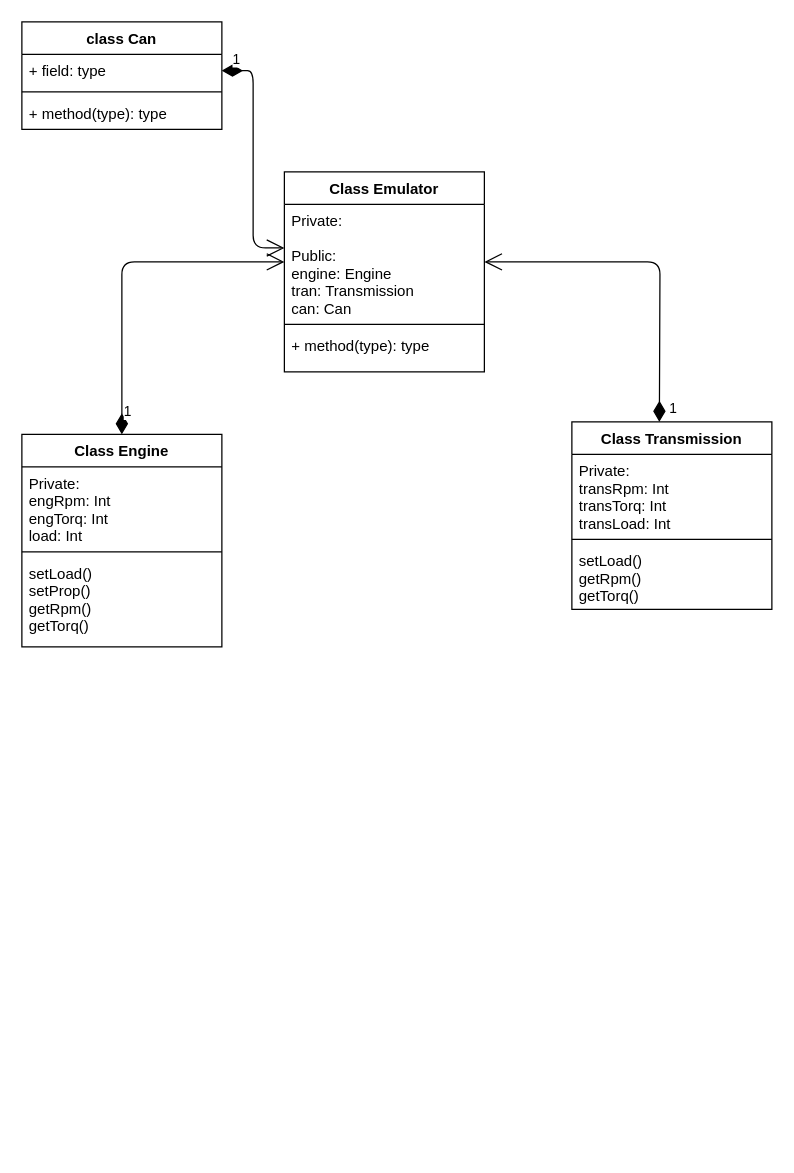
Above: Requirements/EmulatorClassDiagram.drawio in yongsenliu/Ramone (draw.io), before the change. Source tidied: cells renumbered, new cells numbered last; positions are measured from the earlier drawing's top-left corner, leaving out a move shared by most shapes. Both pictures are drawn from the tidied source at 125%, with x=0, y=0 at pixel (21, 21).
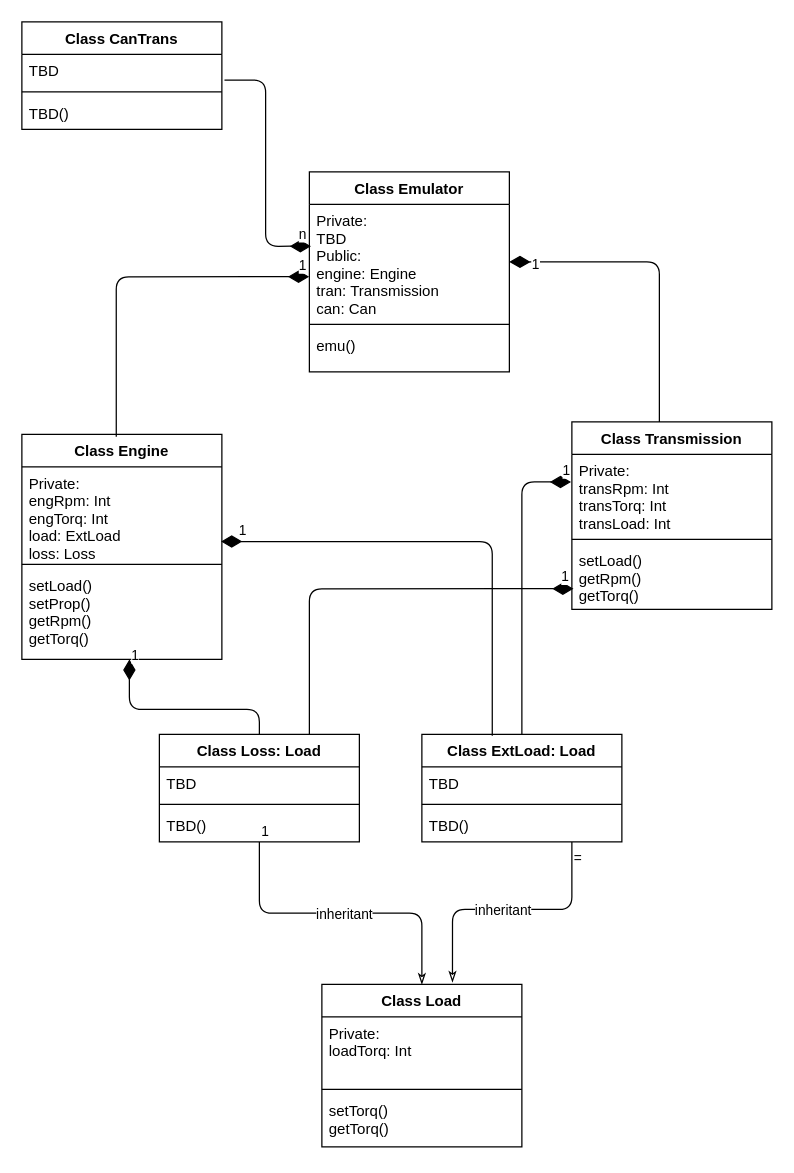
The same page after the edit.

Commit message:
added load class & some minor changes.

Unchanged cells that the change refers to:
```xml
<mxCell id="11" value="Private:&#10;transRpm: Int&#10;transTorq: Int&#10;transLoad: Int" style="text;strokeColor=none;fillColor=none;align=left;verticalAlign=top;spacingLeft=4;spacingRight=4;overflow=hidden;points=[[0,0.5],[1,0.5]];portConstraint=eastwest;" parent="10" vertex="1">
  <mxGeometry y="26" width="160" height="64" as="geometry" />
</mxCell>
<mxCell id="13" value="setLoad()&#10;getRpm()&#10;getTorq()" style="text;strokeColor=none;fillColor=none;align=left;verticalAlign=top;spacingLeft=4;spacingRight=4;overflow=hidden;points=[[0,0.5],[1,0.5]];portConstraint=eastwest;" parent="10" vertex="1">
  <mxGeometry y="98" width="160" height="52" as="geometry" />
</mxCell>
```

Change to the diagram source:
```diff
@@
     <mxCell id="2" value="Class Emulator" style="swimlane;fontStyle=1;align=center;verticalAlign=top;horizontal=1;startSize=26;" parent="1" vertex="1">
-      <mxGeometry x="210" y="120" width="160" height="160" as="geometry" />
+      <mxGeometry x="230" y="120" width="160" height="160" as="geometry" />
     </mxCell>
-    <mxCell id="3" value="Private:&#10;&#10;Public:&#10;engine: Engine&#10;tran: Transmission&#10;can: Can" style="text;strokeColor=none;fillColor=none;align=left;verticalAlign=top;spacingLeft=4;spacingRight=4;overflow=hidden;points=[[0,0.5],[1,0.5]];portConstraint=eastwest;" parent="2" vertex="1">
+    <mxCell id="3" value="Private:&#10;TBD&#10;Public:&#10;engine: Engine&#10;tran: Transmission&#10;can: Can" style="text;strokeColor=none;fillColor=none;align=left;verticalAlign=top;spacingLeft=4;spacingRight=4;overflow=hidden;points=[[0,0.5],[1,0.5]];portConstraint=eastwest;" parent="2" vertex="1">
       <mxGeometry y="26" width="160" height="92" as="geometry" />
     </mxCell>
@@
-    <mxCell id="5" value="+ method(type): type" style="text;strokeColor=none;fillColor=none;align=left;verticalAlign=top;spacingLeft=4;spacingRight=4;overflow=hidden;" parent="2" vertex="1">
+    <mxCell id="5" value="emu()" style="text;strokeColor=none;fillColor=none;align=left;verticalAlign=top;spacingLeft=4;spacingRight=4;overflow=hidden;" parent="2" vertex="1">
       <mxGeometry y="126" width="160" height="34" as="geometry" />
     </mxCell>
     <mxCell id="6" value="Class Engine&#10;" style="swimlane;fontStyle=1;align=center;verticalAlign=top;horizontal=1;startSize=26;" parent="1" vertex="1">
-      <mxGeometry y="330" width="160" height="170" as="geometry" />
+      <mxGeometry y="330" width="160" height="180" as="geometry" />
     </mxCell>
-    <mxCell id="7" value="Private:&#10;engRpm: Int&#10;engTorq: Int&#10;load: Int" style="text;strokeColor=none;fillColor=none;align=left;verticalAlign=top;spacingLeft=4;spacingRight=4;overflow=hidden;points=[[0,0.5],[1,0.5]];portConstraint=eastwest;" parent="6" vertex="1">
-      <mxGeometry y="26" width="160" height="64" as="geometry" />
+    <mxCell id="7" value="Private:&#10;engRpm: Int&#10;engTorq: Int&#10;load: ExtLoad&#10;loss: Loss" style="text;strokeColor=none;fillColor=none;align=left;verticalAlign=top;spacingLeft=4;spacingRight=4;overflow=hidden;points=[[0,0.5],[1,0.5]];portConstraint=eastwest;" parent="6" vertex="1">
+      <mxGeometry y="26" width="160" height="74" as="geometry" />
     </mxCell>
     <mxCell id="8" style="line;strokeWidth=1;fillColor=none;align=left;verticalAlign=middle;spacingTop=-1;spacingLeft=3;spacingRight=3;labelPosition=right;" parent="6" vertex="1">
-      <mxGeometry y="90" width="160" height="8" as="geometry" />
+      <mxGeometry y="100" width="160" height="8" as="geometry" />
     </mxCell>
     <mxCell id="9" value="setLoad()&#10;setProp()&#10;getRpm()&#10;getTorq()&#10;" style="text;strokeColor=none;fillColor=none;align=left;verticalAlign=top;spacingLeft=4;spacingRight=4;overflow=hidden;points=[[0,0.5],[1,0.5]];portConstraint=eastwest;" parent="6" vertex="1">
-      <mxGeometry y="98" width="160" height="72" as="geometry" />
+      <mxGeometry y="108" width="160" height="72" as="geometry" />
     </mxCell>
@@
-    <mxCell id="14" value="1" style="endArrow=open;html=1;endSize=12;startArrow=diamondThin;startSize=14;startFill=1;edgeStyle=orthogonalEdgeStyle;align=left;verticalAlign=bottom;exitX=0.5;exitY=0;exitDx=0;exitDy=0;entryX=0;entryY=0.5;entryDx=0;entryDy=0;" parent="1" edge="1" source="6" target="3">
-      <mxGeometry x="-0.93" relative="1" as="geometry" />
-    </mxCell>
-    <mxCell id="15" style="endArrow=open;html=1;endSize=12;startArrow=diamondThin;startSize=14;startFill=1;edgeStyle=orthogonalEdgeStyle;align=left;verticalAlign=bottom;exitX=0.5;exitY=0;exitDx=0;exitDy=0;" parent="1" edge="1" target="3">
-      <mxGeometry x="-1" y="3" relative="1" as="geometry">
-        <mxPoint x="510" y="320" as="sourcePoint" />
-      </mxGeometry>
-    </mxCell>
-    <mxCell id="16" value="1" style="edgeLabel;html=1;align=center;verticalAlign=middle;" parent="15" vertex="1">
-      <mxGeometry x="-0.91" y="-1" relative="1" as="geometry">
-        <mxPoint x="9" as="offset" />
-      </mxGeometry>
-    </mxCell>
-    <mxCell id="17" value="class Can" style="swimlane;fontStyle=1;align=center;verticalAlign=top;horizontal=1;startSize=26;" parent="1" vertex="1">
+    <mxCell id="17" value="Class CanTrans" style="swimlane;fontStyle=1;align=center;verticalAlign=top;horizontal=1;startSize=26;" parent="1" vertex="1">
       <mxGeometry width="160" height="86" as="geometry" />
     </mxCell>
-    <mxCell id="18" value="+ field: type" style="text;strokeColor=none;fillColor=none;align=left;verticalAlign=top;spacingLeft=4;spacingRight=4;overflow=hidden;points=[[0,0.5],[1,0.5]];portConstraint=eastwest;" parent="17" vertex="1">
+    <mxCell id="18" value="TBD" style="text;strokeColor=none;fillColor=none;align=left;verticalAlign=top;spacingLeft=4;spacingRight=4;overflow=hidden;points=[[0,0.5],[1,0.5]];portConstraint=eastwest;" parent="17" vertex="1">
       <mxGeometry y="26" width="160" height="26" as="geometry" />
     </mxCell>
@@
-    <mxCell id="20" value="+ method(type): type" style="text;strokeColor=none;fillColor=none;align=left;verticalAlign=top;spacingLeft=4;spacingRight=4;overflow=hidden;" parent="17" vertex="1">
+    <mxCell id="20" value="TBD()" style="text;strokeColor=none;fillColor=none;align=left;verticalAlign=top;spacingLeft=4;spacingRight=4;overflow=hidden;" parent="17" vertex="1">
       <mxGeometry y="60" width="160" height="26" as="geometry" />
     </mxCell>
+    <mxCell id="14" value="1" style="endArrow=none;html=1;endSize=12;startArrow=diamondThin;startSize=14;startFill=1;edgeStyle=orthogonalEdgeStyle;align=left;verticalAlign=bottom;exitX=-0.001;exitY=0.629;exitDx=0;exitDy=0;entryX=0.472;entryY=0.011;entryDx=0;entryDy=0;exitPerimeter=0;entryPerimeter=0;endFill=0;" parent="1" edge="1" source="3" target="6">
+      <mxGeometry x="-0.93" relative="1" as="geometry" />
+    </mxCell>
-    <mxCell id="21" value="1" style="endArrow=open;html=1;endSize=12;startArrow=diamondThin;startSize=14;startFill=1;edgeStyle=orthogonalEdgeStyle;align=left;verticalAlign=bottom;exitX=1;exitY=0.5;exitDx=0;exitDy=0;entryX=0;entryY=0.379;entryDx=0;entryDy=0;entryPerimeter=0;" parent="1" edge="1" source="18" target="3">
-      <mxGeometry x="-0.93" relative="1" as="geometry" />
+    <mxCell id="21" value="n" style="endArrow=none;html=1;endSize=12;startArrow=diamondThin;startSize=14;startFill=1;edgeStyle=orthogonalEdgeStyle;align=left;verticalAlign=bottom;exitX=0.008;exitY=0.364;exitDx=0;exitDy=0;entryX=1.013;entryY=0.79;entryDx=0;entryDy=0;entryPerimeter=0;exitPerimeter=0;endFill=0;" parent="1" edge="1" source="3" target="18">
+      <mxGeometry x="-0.89" relative="1" as="geometry" />
     </mxCell>
+    <mxCell id="15" style="endArrow=none;html=1;endSize=12;startArrow=diamondThin;startSize=14;startFill=1;edgeStyle=orthogonalEdgeStyle;align=left;verticalAlign=bottom;exitX=1;exitY=0.5;exitDx=0;exitDy=0;endFill=0;" parent="1" edge="1" source="3">
+      <mxGeometry x="-1" y="3" relative="1" as="geometry">
+        <mxPoint x="510" y="320" as="targetPoint" />
+        <Array as="points">
+          <mxPoint x="510" y="192" />
+          <mxPoint x="510" y="320" />
+        </Array>
+      </mxGeometry>
+    </mxCell>
+    <mxCell id="16" value="1" style="edgeLabel;html=1;align=center;verticalAlign=middle;" parent="15" vertex="1">
+      <mxGeometry x="-0.91" y="-1" relative="1" as="geometry">
+        <mxPoint x="9" as="offset" />
+      </mxGeometry>
+    </mxCell>
+    <mxCell id="22" value="Class Load" style="swimlane;fontStyle=1;align=center;verticalAlign=top;horizontal=1;startSize=26;" parent="1" vertex="1">
+      <mxGeometry x="240" y="770" width="160" height="130" as="geometry" />
+    </mxCell>
+    <mxCell id="23" value="Private:&#10;loadTorq: Int" style="text;strokeColor=none;fillColor=none;align=left;verticalAlign=top;spacingLeft=4;spacingRight=4;overflow=hidden;" parent="22" vertex="1">
+      <mxGeometry y="26" width="160" height="54" as="geometry" />
+    </mxCell>
+    <mxCell id="24" style="line;strokeWidth=1;fillColor=none;align=left;verticalAlign=middle;spacingTop=-1;spacingLeft=3;spacingRight=3;labelPosition=right;" parent="22" vertex="1">
+      <mxGeometry y="80" width="160" height="8" as="geometry" />
+    </mxCell>
+    <mxCell id="25" value="setTorq()&#10;getTorq()" style="text;strokeColor=none;fillColor=none;align=left;verticalAlign=top;spacingLeft=4;spacingRight=4;overflow=hidden;" parent="22" vertex="1">
+      <mxGeometry y="88" width="160" height="42" as="geometry" />
+    </mxCell>
+    <mxCell id="26" value="Class Loss: Load" style="swimlane;fontStyle=1;align=center;verticalAlign=top;horizontal=1;startSize=26;" parent="1" vertex="1">
+      <mxGeometry x="110" y="570" width="160" height="86" as="geometry" />
+    </mxCell>
+    <mxCell id="27" value="TBD" style="text;strokeColor=none;fillColor=none;align=left;verticalAlign=top;spacingLeft=4;spacingRight=4;overflow=hidden;" parent="26" vertex="1">
+      <mxGeometry y="26" width="160" height="26" as="geometry" />
+    </mxCell>
+    <mxCell id="28" style="line;strokeWidth=1;fillColor=none;align=left;verticalAlign=middle;spacingTop=-1;spacingLeft=3;spacingRight=3;labelPosition=right;" parent="26" vertex="1">
+      <mxGeometry y="52" width="160" height="8" as="geometry" />
+    </mxCell>
+    <mxCell id="29" value="TBD()" style="text;strokeColor=none;fillColor=none;align=left;verticalAlign=top;spacingLeft=4;spacingRight=4;overflow=hidden;" parent="26" vertex="1">
+      <mxGeometry y="60" width="160" height="26" as="geometry" />
+    </mxCell>
+    <mxCell id="30" style="endArrow=classicThin;endFill=0;html=1;edgeStyle=orthogonalEdgeStyle;align=left;verticalAlign=top;" parent="1" edge="1" source="26" target="22">
+      <mxGeometry x="-1" relative="1" as="geometry" />
+    </mxCell>
+    <mxCell id="31" value="1" style="edgeLabel;html=1;align=left;verticalAlign=bottom;" parent="30" vertex="1">
+      <mxGeometry x="-1" relative="1" as="geometry" />
+    </mxCell>
+    <mxCell id="32" value="inheritant" style="edgeLabel;html=1;align=center;verticalAlign=middle;" parent="30" vertex="1">
+      <mxGeometry x="0.37" relative="1" as="geometry">
+        <mxPoint x="-43" as="offset" />
+      </mxGeometry>
+    </mxCell>
+    <mxCell id="33" value="Class ExtLoad: Load" style="swimlane;fontStyle=1;align=center;verticalAlign=top;horizontal=1;startSize=26;" parent="1" vertex="1">
+      <mxGeometry x="320" y="570" width="160" height="86" as="geometry" />
+    </mxCell>
+    <mxCell id="34" value="TBD" style="text;strokeColor=none;fillColor=none;align=left;verticalAlign=top;spacingLeft=4;spacingRight=4;overflow=hidden;" parent="33" vertex="1">
+      <mxGeometry y="26" width="160" height="26" as="geometry" />
+    </mxCell>
+    <mxCell id="35" style="line;strokeWidth=1;fillColor=none;align=left;verticalAlign=middle;spacingTop=-1;spacingLeft=3;spacingRight=3;labelPosition=right;" parent="33" vertex="1">
+      <mxGeometry y="52" width="160" height="8" as="geometry" />
+    </mxCell>
+    <mxCell id="36" value="TBD()" style="text;strokeColor=none;fillColor=none;align=left;verticalAlign=top;spacingLeft=4;spacingRight=4;overflow=hidden;" parent="33" vertex="1">
+      <mxGeometry y="60" width="160" height="26" as="geometry" />
+    </mxCell>
+    <mxCell id="37" value="=" style="endArrow=classicThin;endFill=0;html=1;edgeStyle=orthogonalEdgeStyle;align=left;verticalAlign=top;entryX=0.653;entryY=-0.013;entryDx=0;entryDy=0;entryPerimeter=0;" parent="1" edge="1" source="33" target="22">
+      <mxGeometry x="-1" relative="1" as="geometry">
+        <Array as="points">
+          <mxPoint x="440" y="710" />
+          <mxPoint x="344" y="710" />
+        </Array>
+      </mxGeometry>
+    </mxCell>
+    <mxCell id="38" value="inheritant" style="edgeLabel;html=1;align=center;verticalAlign=middle;" parent="37" vertex="1">
+      <mxGeometry x="0.37" relative="1" as="geometry">
+        <mxPoint x="32" as="offset" />
+      </mxGeometry>
+    </mxCell>
+    <mxCell id="39" value="1" style="endArrow=none;html=1;endSize=12;startArrow=diamondThin;startSize=14;startFill=1;edgeStyle=orthogonalEdgeStyle;align=left;verticalAlign=bottom;entryX=0.5;entryY=0;entryDx=0;entryDy=0;endFill=0;" parent="1" edge="1" source="9" target="26">
+      <mxGeometry x="-0.93" relative="1" as="geometry">
+        <Array as="points">
+          <mxPoint x="86" y="550" />
+          <mxPoint x="190" y="550" />
+        </Array>
+      </mxGeometry>
+    </mxCell>
+    <mxCell id="40" value="1" style="endArrow=none;html=1;endSize=12;startArrow=diamondThin;startSize=14;startFill=1;edgeStyle=orthogonalEdgeStyle;align=left;verticalAlign=bottom;exitX=0.996;exitY=0.807;exitDx=0;exitDy=0;entryX=0.352;entryY=0.013;entryDx=0;entryDy=0;exitPerimeter=0;entryPerimeter=0;endFill=0;" parent="1" edge="1" source="7" target="33">
+      <mxGeometry x="-0.93" relative="1" as="geometry" />
+    </mxCell>
+    <mxCell id="41" value="1" style="endArrow=none;html=1;endSize=12;startArrow=diamondThin;startSize=14;startFill=1;edgeStyle=orthogonalEdgeStyle;align=left;verticalAlign=bottom;exitX=-0.004;exitY=0.345;exitDx=0;exitDy=0;entryX=0.5;entryY=0;entryDx=0;entryDy=0;exitPerimeter=0;endFill=0;" parent="1" edge="1" source="11" target="33">
+      <mxGeometry x="-0.93" relative="1" as="geometry" />
+    </mxCell>
+    <mxCell id="42" value="1" style="endArrow=none;html=1;endSize=12;startArrow=diamondThin;startSize=14;startFill=1;edgeStyle=orthogonalEdgeStyle;align=left;verticalAlign=bottom;exitX=0.008;exitY=0.682;exitDx=0;exitDy=0;entryX=0.75;entryY=0;entryDx=0;entryDy=0;exitPerimeter=0;endFill=0;" parent="1" edge="1" source="13" target="26">
+      <mxGeometry x="-0.93" relative="1" as="geometry" />
+    </mxCell>
```
